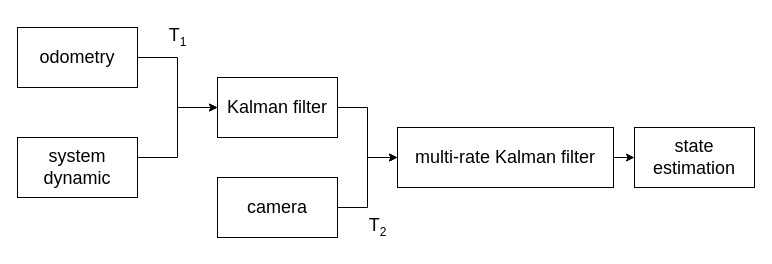
This is pics/block diagram/workflow_mr.drawio from kemosabe564/simulation, a draw.io file, before an edit. Source tidied: cells renumbered, new cells numbered last; positions are measured from the earlier drawing's top-left corner, leaving out a move shared by most shapes. Both pictures are drawn from the tidied source at 100%, with x=0, y=0 at pixel (17, 17).
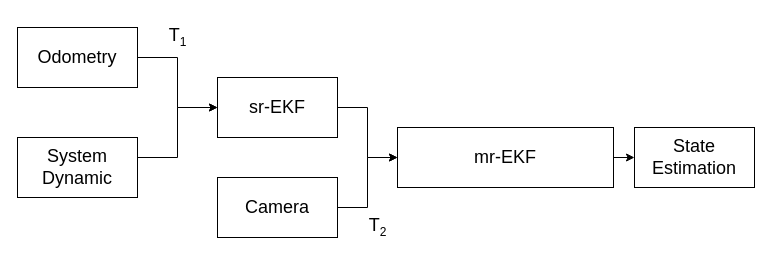
The same page after the edit.

What changed in the source:
```diff
@@
 <mxGraphModel>
   <root>
     <mxCell id="0" />
     <mxCell id="1" parent="0" />
     <mxCell id="2" style="edgeStyle=orthogonalEdgeStyle;rounded=0;jettySize=auto;html=1;exitX=1;exitY=0.5;exitDx=0;exitDy=0;fontSize=18;entryX=0;entryY=0.5;entryDx=0;entryDy=0;" parent="1" edge="1" source="3" target="9">
       <mxGeometry relative="1" as="geometry">
         <Array as="points">
           <mxPoint x="120" y="140" />
           <mxPoint x="160" y="140" />
           <mxPoint x="160" y="90" />
         </Array>
       </mxGeometry>
     </mxCell>
-    <mxCell id="3" value="&lt;font style=&quot;font-size: 18px;&quot;&gt;system dynamic&lt;/font&gt;" style="rounded=0;whiteSpace=wrap;html=1;" parent="1" vertex="1">
+    <mxCell id="3" value="&lt;font style=&quot;font-size: 18px;&quot;&gt;System Dynamic&lt;/font&gt;" style="rounded=0;whiteSpace=wrap;html=1;" parent="1" vertex="1">
       <mxGeometry y="120" width="120" height="60" as="geometry" />
     </mxCell>
     <mxCell id="4" style="edgeStyle=orthogonalEdgeStyle;rounded=0;jettySize=auto;html=1;exitX=1;exitY=0.5;exitDx=0;exitDy=0;entryX=0;entryY=0.5;entryDx=0;entryDy=0;fontSize=18;" parent="1" edge="1" source="5" target="9">
       <mxGeometry relative="1" as="geometry" />
     </mxCell>
-    <mxCell id="5" value="odometry" style="rounded=0;whiteSpace=wrap;html=1;fontSize=18;" parent="1" vertex="1">
+    <mxCell id="5" value="Odometry" style="rounded=0;whiteSpace=wrap;html=1;fontSize=18;" parent="1" vertex="1">
       <mxGeometry y="10" width="120" height="60" as="geometry" />
     </mxCell>
     <mxCell id="6" style="edgeStyle=orthogonalEdgeStyle;rounded=0;jettySize=auto;html=1;exitX=1;exitY=0.5;exitDx=0;exitDy=0;fontSize=18;entryX=0;entryY=0.5;entryDx=0;entryDy=0;" parent="1" edge="1" source="7" target="11">
       <mxGeometry relative="1" as="geometry" />
     </mxCell>
-    <mxCell id="7" value="camera" style="rounded=0;whiteSpace=wrap;html=1;fontSize=18;" parent="1" vertex="1">
+    <mxCell id="7" value="Camera" style="rounded=0;whiteSpace=wrap;html=1;fontSize=18;" parent="1" vertex="1">
       <mxGeometry x="200" y="160" width="120" height="60" as="geometry" />
     </mxCell>
     <mxCell id="8" style="edgeStyle=orthogonalEdgeStyle;rounded=0;jettySize=auto;html=1;exitX=1;exitY=0.5;exitDx=0;exitDy=0;entryX=0;entryY=0.5;entryDx=0;entryDy=0;fontSize=18;" parent="1" edge="1" source="9" target="11">
       <mxGeometry relative="1" as="geometry" />
     </mxCell>
-    <mxCell id="9" value="Kalman filter" style="rounded=0;whiteSpace=wrap;html=1;fontSize=18;" parent="1" vertex="1">
+    <mxCell id="9" value="sr-EKF" style="rounded=0;whiteSpace=wrap;html=1;fontSize=18;" parent="1" vertex="1">
       <mxGeometry x="200" y="60" width="120" height="60" as="geometry" />
     </mxCell>
     <mxCell id="10" style="edgeStyle=orthogonalEdgeStyle;rounded=0;jettySize=auto;html=1;exitX=1;exitY=0.5;exitDx=0;exitDy=0;entryX=0;entryY=0.5;entryDx=0;entryDy=0;fontSize=18;" parent="1" edge="1" source="11" target="14">
       <mxGeometry relative="1" as="geometry" />
     </mxCell>
-    <mxCell id="11" value="multi-rate Kalman filter" style="rounded=0;whiteSpace=wrap;html=1;fontSize=18;" parent="1" vertex="1">
+    <mxCell id="11" value="mr-EKF" style="rounded=0;whiteSpace=wrap;html=1;fontSize=18;" parent="1" vertex="1">
       <mxGeometry x="380" y="110" width="216" height="60" as="geometry" />
     </mxCell>
     <mxCell id="12" value="T&lt;sub&gt;&lt;font style=&quot;font-size: 12px;&quot;&gt;1&lt;/font&gt;&lt;/sub&gt;" style="text;html=1;align=center;verticalAlign=middle;strokeColor=none;fillColor=none;fontSize=18;" parent="1" vertex="1">
       <mxGeometry x="140" width="40" height="40" as="geometry" />
     </mxCell>
     <mxCell id="13" value="T&lt;sub&gt;&lt;font style=&quot;font-size: 12px;&quot;&gt;2&lt;/font&gt;&lt;/sub&gt;" style="text;html=1;align=center;verticalAlign=middle;strokeColor=none;fillColor=none;fontSize=18;" parent="1" vertex="1">
       <mxGeometry x="340" y="190" width="40" height="40" as="geometry" />
     </mxCell>
-    <mxCell id="14" value="&lt;font style=&quot;font-size: 18px;&quot;&gt;state estimation&lt;/font&gt;" style="rounded=0;whiteSpace=wrap;html=1;fontSize=12;" parent="1" vertex="1">
+    <mxCell id="14" value="&lt;font style=&quot;font-size: 18px;&quot;&gt;State Estimation&lt;/font&gt;" style="rounded=0;whiteSpace=wrap;html=1;fontSize=12;" parent="1" vertex="1">
       <mxGeometry x="617" y="110" width="120" height="60" as="geometry" />
     </mxCell>
   </root>
 </mxGraphModel>
```
